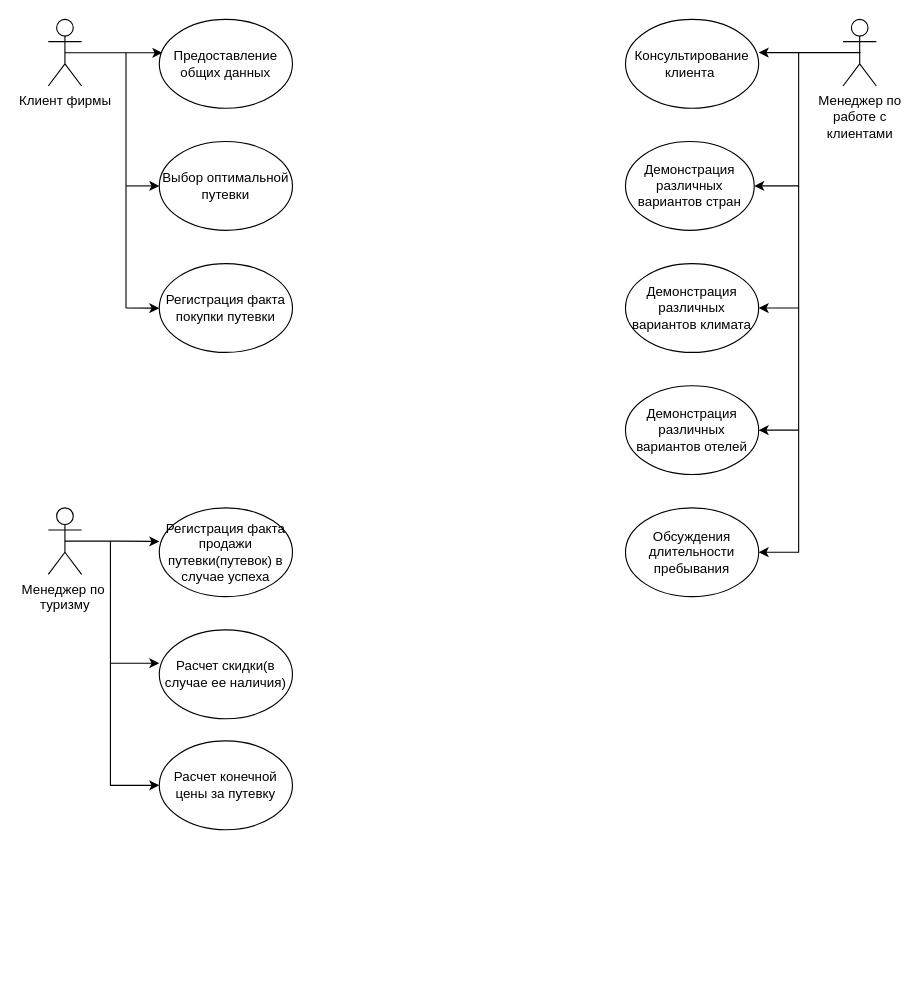
The draw.io diagram Диаграмма прецедентов.drawio in Korobkov124/Interface-layout.Task4, before the edit. Source tidied: cells renumbered, new cells numbered last; positions are measured from the earlier drawing's top-left corner, leaving out a move shared by most shapes. Both pictures are drawn from the tidied source at 111%, with x=0, y=0 at pixel (48, 19).
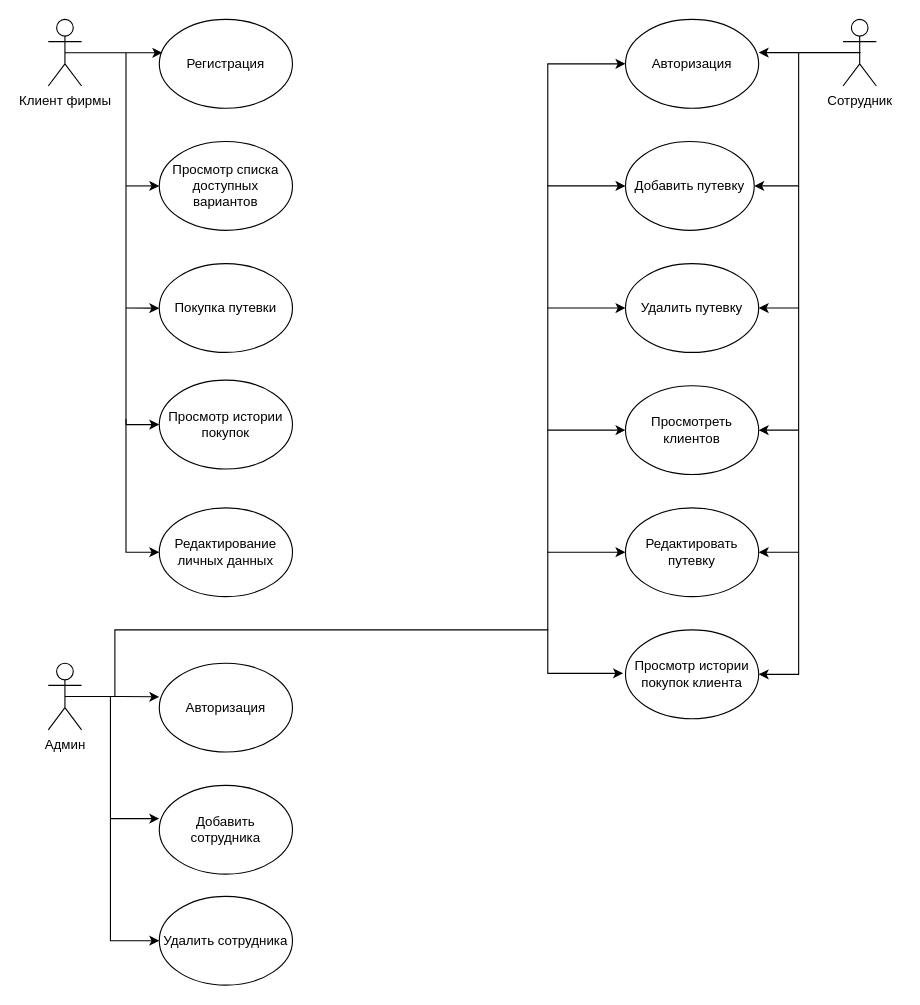
The same page after the edit.

Change to the diagram source:
```diff
@@
-    <mxCell id="3" value="Менеджер по&lt;br&gt;работе с &lt;br&gt;клиентами" style="shape=umlActor;verticalLabelPosition=bottom;verticalAlign=top;html=1;" parent="1" vertex="1">
+    <mxCell id="3" value="Сотрудник" style="shape=umlActor;verticalLabelPosition=bottom;verticalAlign=top;html=1;" parent="1" vertex="1">
       <mxGeometry x="716" width="30" height="60" as="geometry" />
     </mxCell>
-    <mxCell id="4" value="Предоставление общих данных" style="ellipse;whiteSpace=wrap;html=1;" parent="1" vertex="1">
+    <mxCell id="4" value="Регистрация" style="ellipse;whiteSpace=wrap;html=1;" parent="1" vertex="1">
       <mxGeometry x="100" width="120" height="80" as="geometry" />
     </mxCell>
-    <mxCell id="5" value="Выбор оптимальной путевки" style="ellipse;whiteSpace=wrap;html=1;" parent="1" vertex="1">
+    <mxCell id="5" value="Просмотр списка доступных вариантов" style="ellipse;whiteSpace=wrap;html=1;" parent="1" vertex="1">
       <mxGeometry x="100" y="110" width="120" height="80" as="geometry" />
     </mxCell>
-    <mxCell id="6" value="Регистрация факта покупки путевки" style="ellipse;whiteSpace=wrap;html=1;" parent="1" vertex="1">
+    <mxCell id="6" value="Покупка путевки" style="ellipse;whiteSpace=wrap;html=1;" parent="1" vertex="1">
       <mxGeometry x="100" y="220" width="120" height="80" as="geometry" />
     </mxCell>
-    <mxCell id="7" value="Консультирование клиента&amp;nbsp;" style="ellipse;whiteSpace=wrap;html=1;" parent="1" vertex="1">
+    <mxCell id="7" value="Авторизация" style="ellipse;whiteSpace=wrap;html=1;" parent="1" vertex="1">
       <mxGeometry x="520" width="120" height="80" as="geometry" />
     </mxCell>
@@
-    <mxCell id="9" value="Демонстрация различных вариантов стран" style="ellipse;whiteSpace=wrap;html=1;" parent="1" vertex="1">
+    <mxCell id="9" value="Добавить путевку" style="ellipse;whiteSpace=wrap;html=1;" parent="1" vertex="1">
       <mxGeometry x="520" y="110" width="116" height="80" as="geometry" />
     </mxCell>
@@
-    <mxCell id="11" value="Демонстрация различных вариантов климата" style="ellipse;whiteSpace=wrap;html=1;" parent="1" vertex="1">
+    <mxCell id="11" value="Удалить путевку" style="ellipse;whiteSpace=wrap;html=1;" parent="1" vertex="1">
       <mxGeometry x="520" y="220" width="120" height="80" as="geometry" />
     </mxCell>
@@
-    <mxCell id="18" value="Демонстрация различных вариантов отелей" style="ellipse;whiteSpace=wrap;html=1;" parent="1" vertex="1">
+    <mxCell id="18" value="Просмотреть клиентов" style="ellipse;whiteSpace=wrap;html=1;" parent="1" vertex="1">
       <mxGeometry x="520" y="330" width="120" height="80" as="geometry" />
     </mxCell>
-    <mxCell id="19" value="Обсуждения длительности пребывания" style="ellipse;whiteSpace=wrap;html=1;" parent="1" vertex="1">
+    <mxCell id="19" value="Редактировать путевку" style="ellipse;whiteSpace=wrap;html=1;" parent="1" vertex="1">
       <mxGeometry x="520" y="440" width="120" height="80" as="geometry" />
     </mxCell>
-    <mxCell id="20" value="Регистрация факта продажи путевки(путевок) в случае успеха" style="ellipse;whiteSpace=wrap;html=1;" parent="1" vertex="1">
-      <mxGeometry x="100" y="440" width="120" height="80" as="geometry" />
+    <mxCell id="20" value="Авторизация" style="ellipse;whiteSpace=wrap;html=1;" parent="1" vertex="1">
+      <mxGeometry x="100" y="580" width="120" height="80" as="geometry" />
     </mxCell>
-    <mxCell id="21" value="Расчет скидки(в случае ее наличия)" style="ellipse;whiteSpace=wrap;html=1;" parent="1" vertex="1">
-      <mxGeometry x="100" y="550" width="120" height="80" as="geometry" />
+    <mxCell id="21" value="Добавить сотрудника" style="ellipse;whiteSpace=wrap;html=1;" parent="1" vertex="1">
+      <mxGeometry x="100" y="690" width="120" height="80" as="geometry" />
     </mxCell>
-    <mxCell id="22" value="Расчет конечной цены за путевку" style="ellipse;whiteSpace=wrap;html=1;" parent="1" vertex="1">
-      <mxGeometry x="100" y="650" width="120" height="80" as="geometry" />
+    <mxCell id="22" value="Удалить сотрудника" style="ellipse;whiteSpace=wrap;html=1;" parent="1" vertex="1">
+      <mxGeometry x="100" y="790" width="120" height="80" as="geometry" />
     </mxCell>
@@
     <mxCell id="25" style="edgeStyle=orthogonalEdgeStyle;rounded=0;orthogonalLoop=1;jettySize=auto;html=1;" parent="1" edge="1">
       <mxGeometry relative="1" as="geometry">
-        <mxPoint x="56" y="470" as="sourcePoint" />
-        <mxPoint x="100" y="580" as="targetPoint" />
+        <mxPoint x="56" y="610" as="sourcePoint" />
+        <mxPoint x="100" y="720" as="targetPoint" />
         <Array as="points">
-          <mxPoint x="56" y="580" />
+          <mxPoint x="56" y="720" />
         </Array>
       </mxGeometry>
     </mxCell>
     <mxCell id="26" style="edgeStyle=orthogonalEdgeStyle;rounded=0;jettySize=auto;html=1;entryX=0;entryY=0.5;entryDx=0;entryDy=0;" parent="1" edge="1" target="22">
       <mxGeometry relative="1" as="geometry">
-        <mxPoint x="56" y="580" as="sourcePoint" />
+        <mxPoint x="56" y="720" as="sourcePoint" />
         <Array as="points">
-          <mxPoint x="56" y="690" />
+          <mxPoint x="56" y="830" />
         </Array>
       </mxGeometry>
     </mxCell>
-    <mxCell id="27" value="Менеджер по&amp;nbsp;&lt;br&gt;туризму" style="shape=umlActor;verticalLabelPosition=bottom;verticalAlign=top;html=1;outlineConnect=0;" parent="1" vertex="1">
-      <mxGeometry y="440" width="30" height="60" as="geometry" />
+    <mxCell id="27" value="Админ" style="shape=umlActor;verticalLabelPosition=bottom;verticalAlign=top;html=1;outlineConnect=0;" parent="1" vertex="1">
+      <mxGeometry y="580" width="30" height="60" as="geometry" />
     </mxCell>
@@
+    <mxCell id="29" value="Просмотр истории покупок" style="ellipse;whiteSpace=wrap;html=1;" parent="1" vertex="1">
+      <mxGeometry x="100" y="325" width="120" height="80" as="geometry" />
+    </mxCell>
+    <mxCell id="30" style="edgeStyle=orthogonalEdgeStyle;rounded=0;jettySize=auto;html=1;entryX=0;entryY=0.5;entryDx=0;entryDy=0;" parent="1" edge="1" target="29">
+      <mxGeometry relative="1" as="geometry">
+        <mxPoint x="70" y="260" as="sourcePoint" />
+        <Array as="points">
+          <mxPoint x="70" y="365" />
+        </Array>
+      </mxGeometry>
+    </mxCell>
+    <mxCell id="31" value="Просмотр истории покупок клиента" style="ellipse;whiteSpace=wrap;html=1;" parent="1" vertex="1">
+      <mxGeometry x="520" y="550" width="120" height="80" as="geometry" />
+    </mxCell>
+    <mxCell id="32" style="edgeStyle=orthogonalEdgeStyle;rounded=0;orthogonalLoop=1;jettySize=auto;html=1;entryX=1;entryY=0.5;entryDx=0;entryDy=0;" parent="1" edge="1">
+      <mxGeometry relative="1" as="geometry">
+        <mxPoint x="676" y="480" as="sourcePoint" />
+        <mxPoint x="640" y="590" as="targetPoint" />
+        <Array as="points">
+          <mxPoint x="676" y="590" />
+        </Array>
+      </mxGeometry>
+    </mxCell>
+    <mxCell id="33" value="Редактирование личных данных" style="ellipse;whiteSpace=wrap;html=1;" parent="1" vertex="1">
+      <mxGeometry x="100" y="440" width="120" height="80" as="geometry" />
+    </mxCell>
+    <mxCell id="34" style="edgeStyle=orthogonalEdgeStyle;rounded=0;jettySize=auto;html=1;entryX=0;entryY=0.5;entryDx=0;entryDy=0;" parent="1" edge="1" target="33">
+      <mxGeometry relative="1" as="geometry">
+        <mxPoint x="70" y="360" as="sourcePoint" />
+        <Array as="points">
+          <mxPoint x="70" y="480" />
+        </Array>
+      </mxGeometry>
+    </mxCell>
+    <mxCell id="35" style="edgeStyle=orthogonalEdgeStyle;rounded=0;jettySize=auto;html=1;entryX=-0.018;entryY=0.489;entryDx=0;entryDy=0;entryPerimeter=0;" parent="1" edge="1" target="31">
+      <mxGeometry relative="1" as="geometry">
+        <mxPoint x="60" y="610" as="sourcePoint" />
+        <Array as="points">
+          <mxPoint x="60" y="550" />
+          <mxPoint x="450" y="550" />
+          <mxPoint x="450" y="590" />
+          <mxPoint x="518" y="590" />
+        </Array>
+      </mxGeometry>
+    </mxCell>
+    <mxCell id="36" style="edgeStyle=orthogonalEdgeStyle;rounded=0;jettySize=auto;html=1;entryX=0;entryY=0.5;entryDx=0;entryDy=0;" parent="1" edge="1" target="19">
+      <mxGeometry relative="1" as="geometry">
+        <mxPoint x="450" y="550" as="sourcePoint" />
+        <Array as="points">
+          <mxPoint x="450" y="480" />
+        </Array>
+      </mxGeometry>
+    </mxCell>
+    <mxCell id="37" style="edgeStyle=orthogonalEdgeStyle;rounded=0;jettySize=auto;html=1;entryX=0;entryY=0.5;entryDx=0;entryDy=0;" parent="1" edge="1" target="18">
+      <mxGeometry relative="1" as="geometry">
+        <mxPoint x="450" y="480" as="sourcePoint" />
+        <Array as="points">
+          <mxPoint x="450" y="370" />
+        </Array>
+      </mxGeometry>
+    </mxCell>
+    <mxCell id="38" style="edgeStyle=orthogonalEdgeStyle;rounded=0;jettySize=auto;html=1;entryX=0;entryY=0.5;entryDx=0;entryDy=0;" parent="1" edge="1" target="11">
+      <mxGeometry relative="1" as="geometry">
+        <mxPoint x="450" y="370" as="sourcePoint" />
+        <Array as="points">
+          <mxPoint x="450" y="260" />
+        </Array>
+      </mxGeometry>
+    </mxCell>
+    <mxCell id="39" style="edgeStyle=orthogonalEdgeStyle;rounded=0;jettySize=auto;html=1;entryX=0;entryY=0.5;entryDx=0;entryDy=0;" parent="1" edge="1" target="9">
+      <mxGeometry relative="1" as="geometry">
+        <mxPoint x="450" y="260" as="sourcePoint" />
+        <Array as="points">
+          <mxPoint x="450" y="150" />
+        </Array>
+      </mxGeometry>
+    </mxCell>
+    <mxCell id="40" style="edgeStyle=orthogonalEdgeStyle;rounded=0;jettySize=auto;html=1;entryX=0;entryY=0.5;entryDx=0;entryDy=0;" parent="1" edge="1" target="7">
+      <mxGeometry relative="1" as="geometry">
+        <mxPoint x="450" y="150" as="sourcePoint" />
+        <Array as="points">
+          <mxPoint x="460" y="40" />
+          <mxPoint x="460" y="40" />
+        </Array>
+      </mxGeometry>
+    </mxCell>
```
